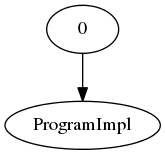
The Graphviz diagram ast/testProgram.png in drewtaylors/cs160, before a commit. Its source is kept beside it as ast/testProgram.dot.
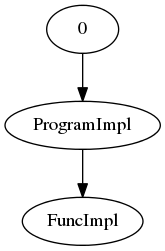
The same file after the commit.

Diff of the diagram source:
```diff
@@ -1,4 +1,6 @@
 digraph G {
 "0" -> "1"
 "1" [label="ProgramImpl"]
+"1" -> "2"
+"2" [label="FuncImpl"]
 };
```
